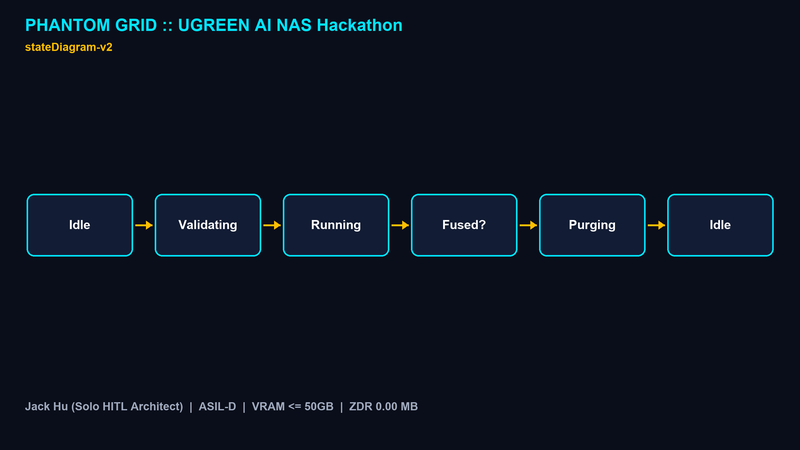
The Mermaid diagram 01_Specs/diagrams/03_state_machine.png in jackhu24-ship-it/phantom-grid-ugreen-ai-nas, before a commit. Its source is kept beside it as 01_Specs/03_state_machine.mmd.
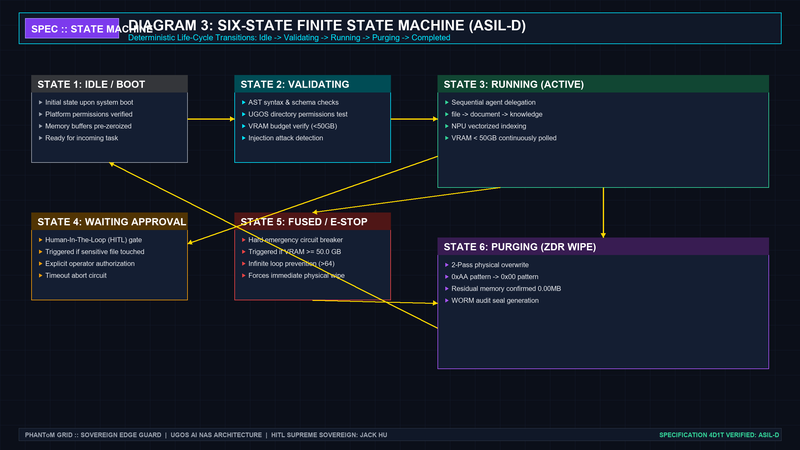
Above is the later version.

What changed in the source:
```diff
@@ -1,10 +1,25 @@
 stateDiagram-v2
-    [*] --> Idle
-    Idle --> Validating: task_in
-    Validating --> Running: gate_pass
-    Validating --> Rejected: gate_fail
-    Running --> Fused: vram_over_50GB
-    Running --> Purging: done
-    Fused --> Purging: forced
-    Purging --> Idle: zdr_0MB
-    Rejected --> Idle: logged
+    [*] --> Idle: Cold Boot & Permission Guard Initialized
+
+    Idle --> Validating: Task submitted / Directory intent
+    Validating --> Running: AST contract verified & VRAM < 50GB
+    Validating --> Rejected: Schema violation / Unauthorized directory
+
+    state Running {
+        [*] --> Scanning
+        Scanning --> Classifying: file_agent inventory complete
+        Classifying --> Vectorizing: document_agent extraction OK
+        Vectorizing --> Indexing: local NPU embeddings generated
+        Indexing --> CompletedInternal: knowledge_agent commit OK
+    }
+
+    Running --> WaitingApproval: Sensitive file mutation requested
+    WaitingApproval --> Running: User HITL approval granted
+    WaitingApproval --> Rejected: Approval denied or timeout
+
+    Running --> Fused: VRAM >= 50.0 GB or loop > 64 steps
+    Running --> Purging: Execution completed successfully
+    Fused --> Purging: Emergency E-STOP physical wipe
+
+    Purging --> Idle: 2-Pass ZDR 0.00 MB confirmed & WORM receipt sealed
+    Rejected --> Idle: Audit failure logged to immutable journal
```
